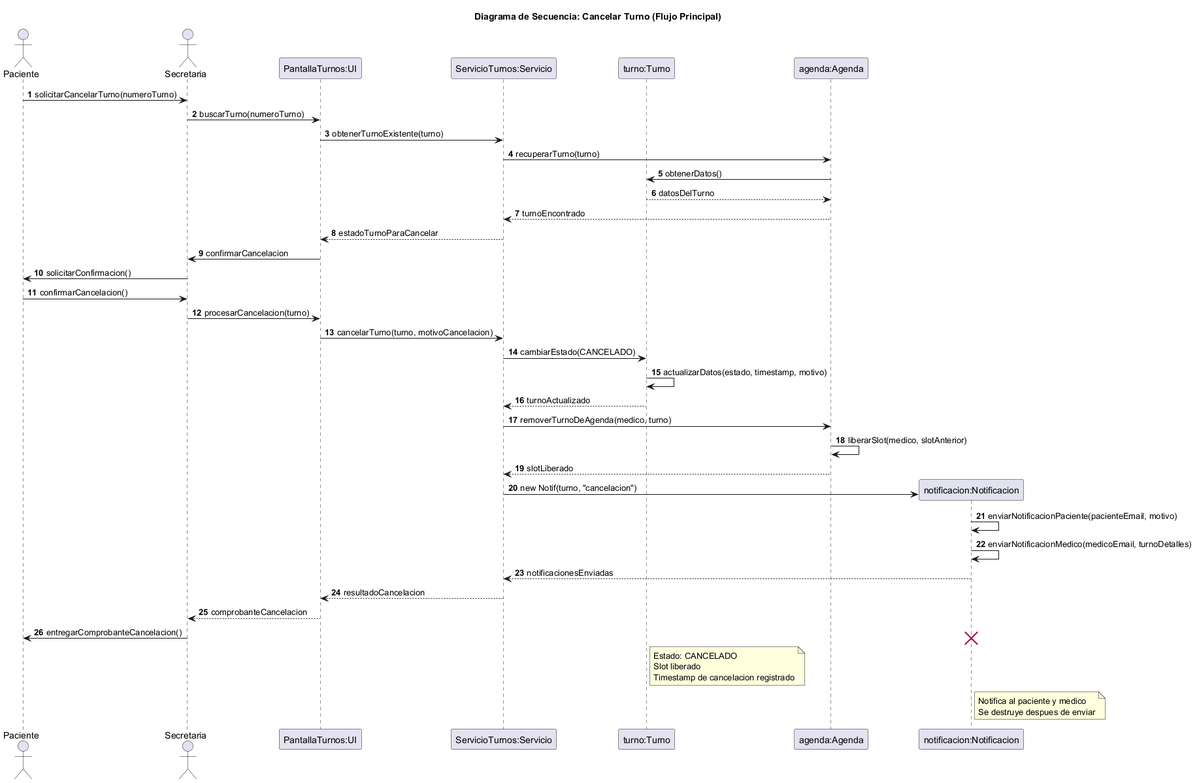
Before: diagramas/05-diagramas-secuencia/05-secuencia-cancelar-turno-flujo-principal-03.png, a diagram exported from PlantUML (Purezaamor/SistemaTurnosMedicos).
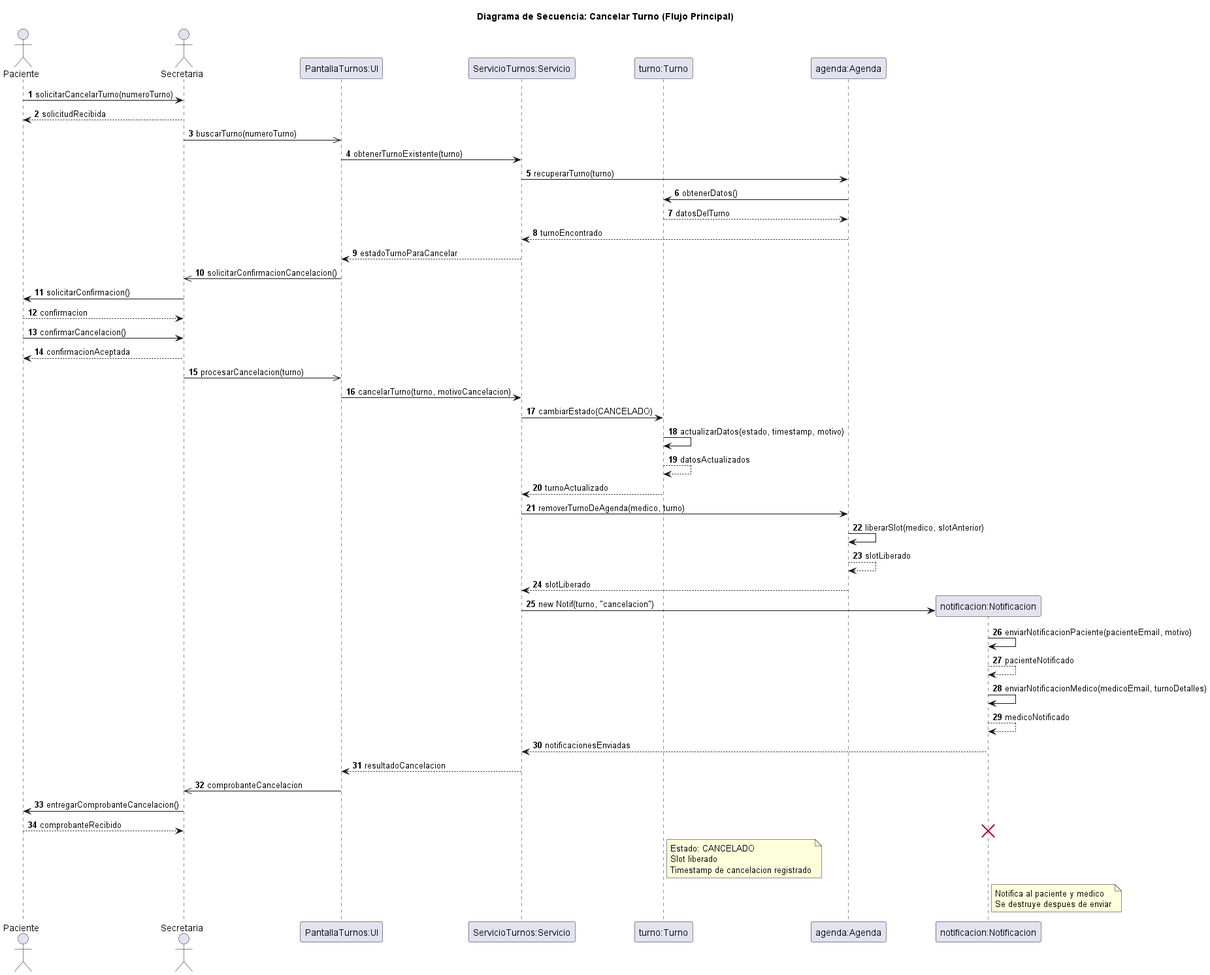
The same diagram one commit later.

The edit, as a diff of the source:
```diff
@@ -12,32 +12,40 @@
 autonumber
 
 Paciente -> Secretaria: solicitarCancelarTurno(numeroTurno)
-Secretaria -> UI: buscarTurno(numeroTurno)
+Secretaria --> Paciente: solicitudRecibida
+Secretaria ->> UI: buscarTurno(numeroTurno)
 UI -> Servicio: obtenerTurnoExistente(turno)
 Servicio -> Agenda: recuperarTurno(turno)
 Agenda -> Turno: obtenerDatos()
 Turno --> Agenda: datosDelTurno
 Agenda --> Servicio: turnoEncontrado
 Servicio --> UI: estadoTurnoParaCancelar
-UI -> Secretaria: confirmarCancelacion
+UI ->> Secretaria: solicitarConfirmacionCancelacion()
 Secretaria -> Paciente: solicitarConfirmacion()
+Paciente --> Secretaria: confirmacion
 Paciente -> Secretaria: confirmarCancelacion()
-Secretaria -> UI: procesarCancelacion(turno)
+Secretaria --> Paciente: confirmacionAceptada
+Secretaria ->> UI: procesarCancelacion(turno)
 UI -> Servicio: cancelarTurno(turno, motivoCancelacion)
 Servicio -> Turno: cambiarEstado(CANCELADO)
 Turno -> Turno: actualizarDatos(estado, timestamp, motivo)
+Turno --> Turno: datosActualizados
 Turno --> Servicio: turnoActualizado
 Servicio -> Agenda: removerTurnoDeAgenda(medico, turno)
 Agenda -> Agenda: liberarSlot(medico, slotAnterior)
+Agenda --> Agenda: slotLiberado
 Agenda --> Servicio: slotLiberado
 create Notif
 Servicio -> Notif: new Notif(turno, "cancelacion")
 Notif -> Notif: enviarNotificacionPaciente(pacienteEmail, motivo)
+Notif --> Notif: pacienteNotificado
 Notif -> Notif: enviarNotificacionMedico(medicoEmail, turnoDetalles)
+Notif --> Notif: medicoNotificado
 Notif --> Servicio: notificacionesEnviadas
 Servicio --> UI: resultadoCancelacion
-UI --> Secretaria: comprobanteCancelacion
+UI ->> Secretaria: comprobanteCancelacion
 Secretaria -> Paciente: entregarComprobanteCancelacion()
+Paciente --> Secretaria: comprobanteRecibido
 
 note right of Turno
   Estado: CANCELADO
```
